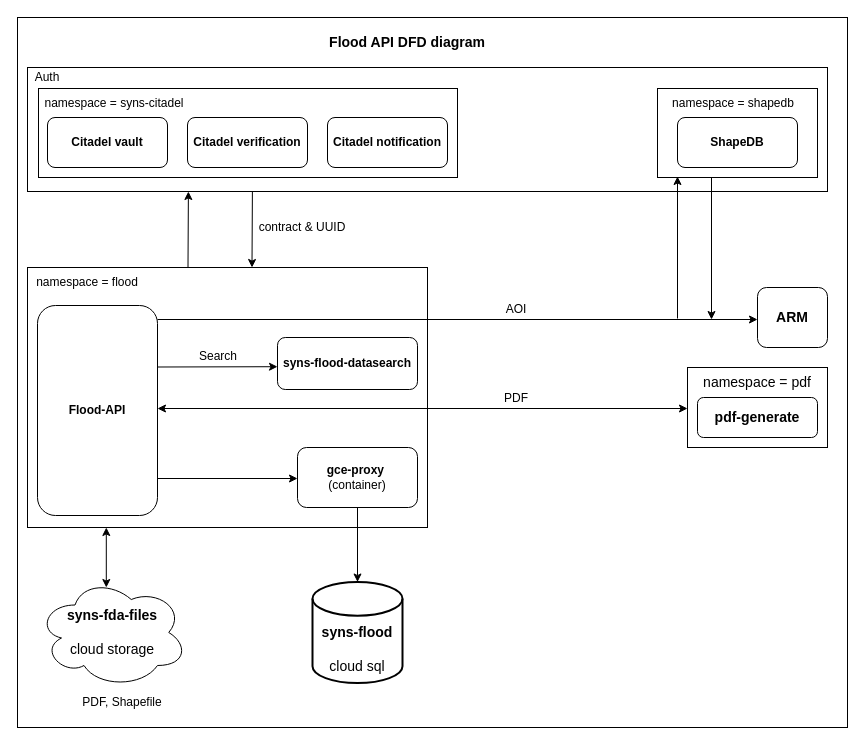
Before: fda.drawio in arif2009/diagram, a draw.io diagram. Source tidied: cells renumbered, new cells numbered last; positions are measured from the earlier drawing's top-left corner, leaving out a move shared by most shapes. Both pictures are drawn from the tidied source at 100%, with x=0, y=0 at pixel (17, 17).
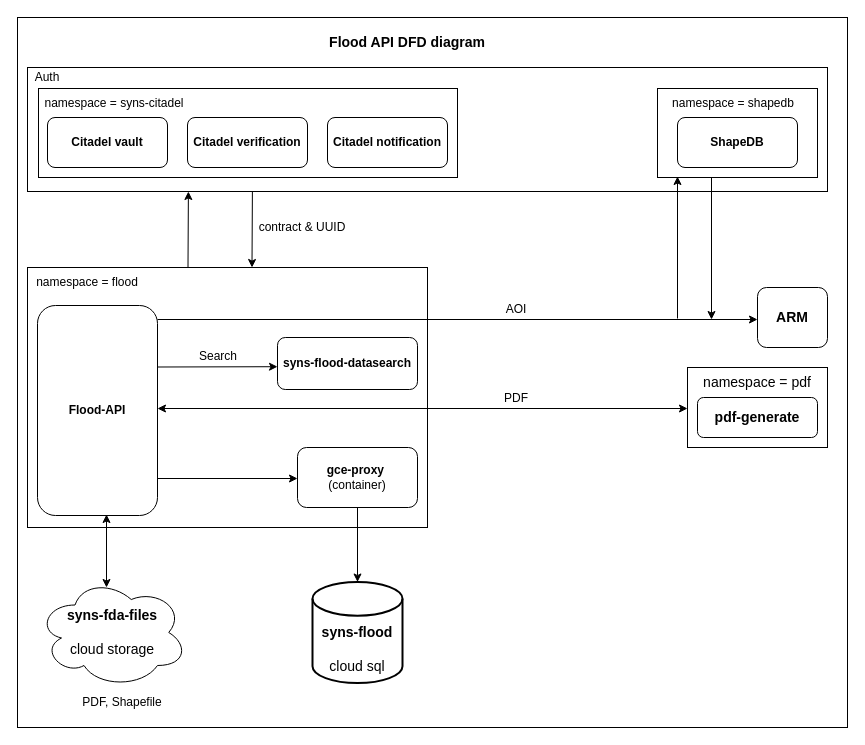
The same diagram, later.

Diff of the diagram source:
```diff
@@
-    <mxCell id="39" style="endArrow=classic;startArrow=classic;html=1;rounded=0;verticalAlign=middle;entryX=0.219;entryY=1;entryDx=0;entryDy=0;entryPerimeter=0;exitX=0.459;exitY=0.091;exitDx=0;exitDy=0;exitPerimeter=0;" parent="1" edge="1">
+    <mxCell id="39" style="endArrow=classic;startArrow=classic;html=1;rounded=0;verticalAlign=middle;exitX=0.459;exitY=0.091;exitDx=0;exitDy=0;exitPerimeter=0;jumpSize=6;" parent="1" edge="1">
       <mxGeometry relative="1" as="geometry">
-        <mxPoint x="88.8" y="570" as="sourcePoint" />
-        <mxPoint x="88.8" y="510" as="targetPoint" />
+        <mxPoint x="89" y="570" as="sourcePoint" />
+        <mxPoint x="89" y="497" as="targetPoint" />
       </mxGeometry>
     </mxCell>
```
